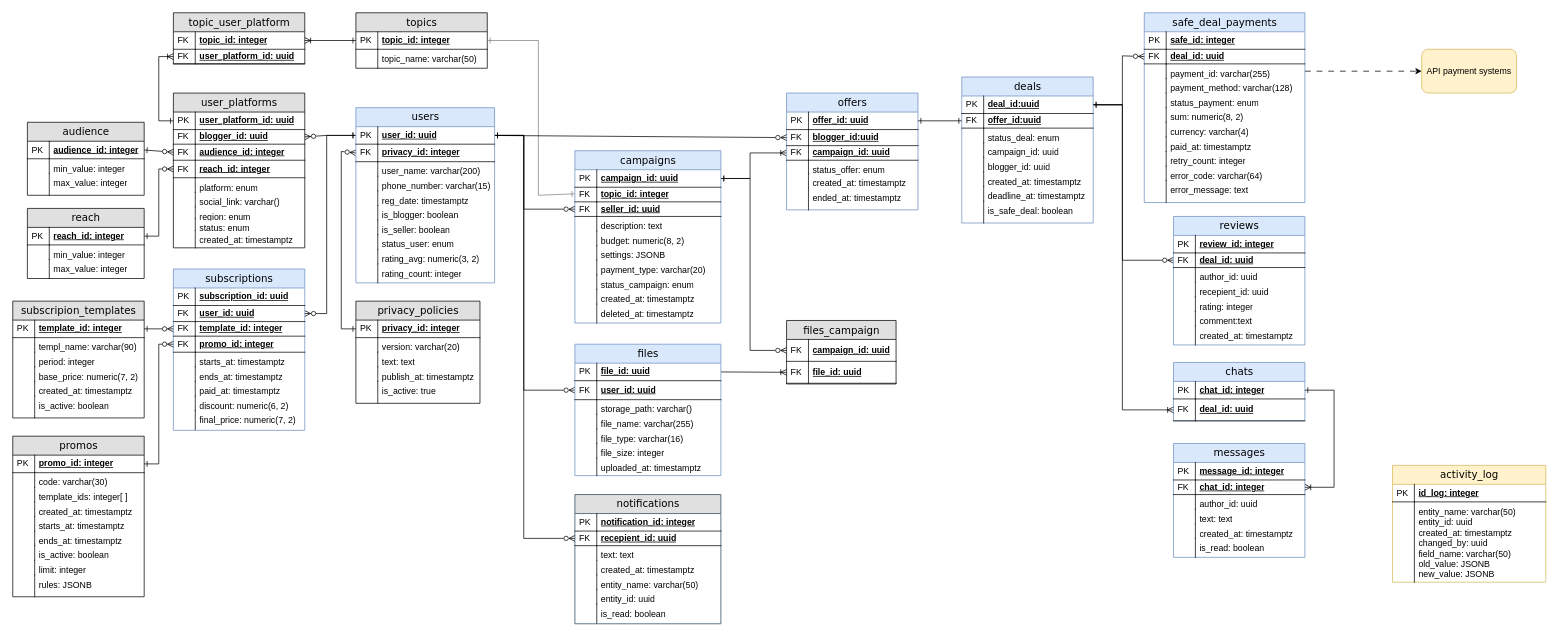
Before: diagrams/erd.drawio.xml in NadezdaHope19/practice, a draw.io diagram. Source tidied: cells renumbered, new cells numbered last; positions are measured from the earlier drawing's top-left corner, leaving out a move shared by most shapes. Both pictures are drawn from the tidied source at 73%, with x=0, y=0 at pixel (12, 12).
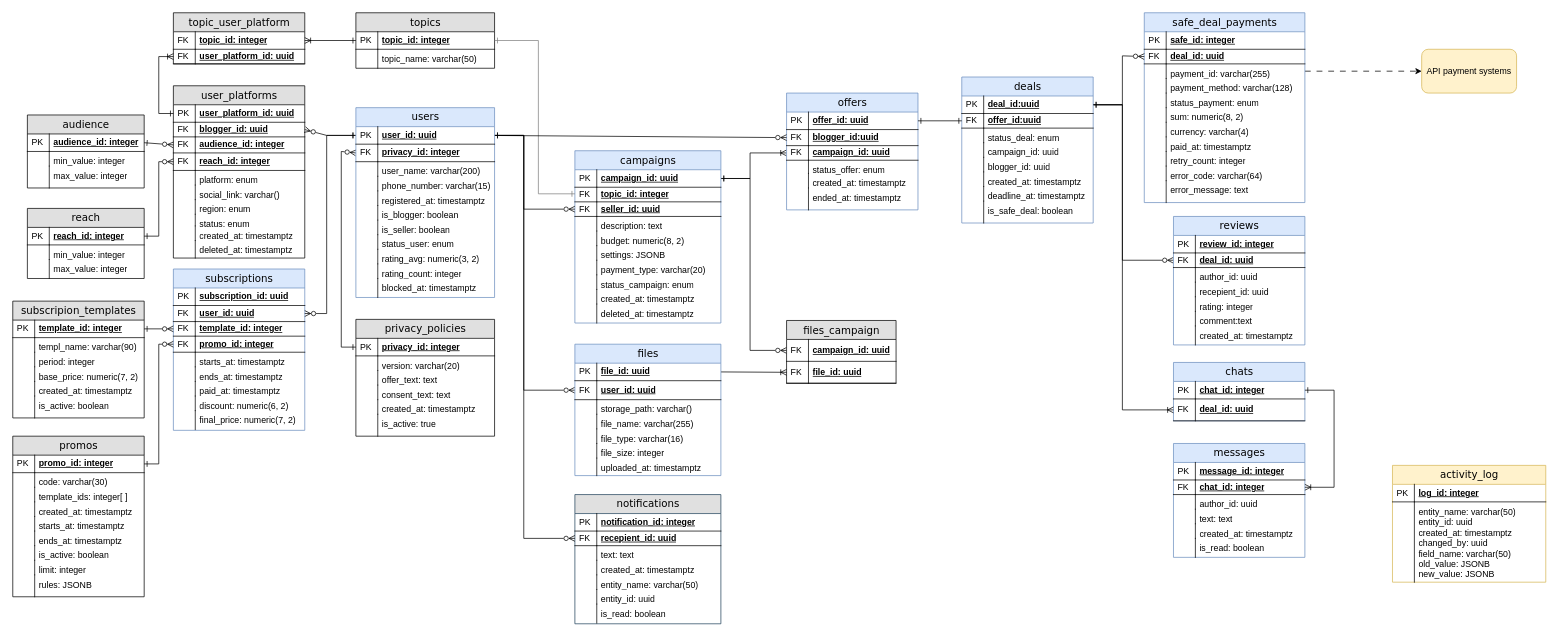
After the change.

Unchanged cells that the change refers to:
```xml
<mxCell id="4" value="campaigns" style="swimlane;html=1;fontStyle=0;horizontal=1;startSize=26;fillColor=#dae8fc;swimlaneFillColor=#ffffff;align=center;rounded=0;shadow=0;comic=0;labelBackgroundColor=none;strokeWidth=1;fontFamily=Verdana;fontSize=14;swimlaneLine=1;strokeColor=#6c8ebf;" parent="1" vertex="1">
  <mxGeometry x="770" y="189" width="200" height="236" as="geometry" />
</mxCell>
<mxCell id="89" value="&lt;div&gt;&lt;span style=&quot;background-color: transparent; color: light-dark(rgb(0, 0, 0), rgb(255, 255, 255));&quot;&gt;user_platform_id: uuid&lt;/span&gt;&lt;/div&gt;" style="shape=partialRectangle;top=0;left=0;right=0;bottom=1;html=1;align=left;verticalAlign=middle;fillColor=none;spacingLeft=34;spacingRight=4;whiteSpace=wrap;overflow=hidden;points=[[0,0.5],[1,0.5]];portConstraint=eastwest;fontStyle=5;" parent="88" vertex="1">
  <mxGeometry y="26" width="180" height="24" as="geometry" />
</mxCell>
<mxCell id="93" value="&lt;div&gt;&lt;span style=&quot;background-color: transparent; color: light-dark(rgb(0, 0, 0), rgb(255, 255, 255));&quot;&gt;audience_id: integer&lt;/span&gt;&lt;/div&gt;" style="shape=partialRectangle;top=0;left=0;right=0;bottom=1;html=1;align=left;verticalAlign=middle;fillColor=none;spacingLeft=34;spacingRight=4;whiteSpace=wrap;overflow=hidden;points=[[0,0.5],[1,0.5]];portConstraint=eastwest;fontStyle=5;" parent="88" vertex="1">
  <mxGeometry y="70" width="180" height="22" as="geometry" />
</mxCell>
<mxCell id="95" value="&lt;div&gt;&lt;span style=&quot;background-color: transparent; color: light-dark(rgb(0, 0, 0), rgb(255, 255, 255));&quot;&gt;reach_id: integer&lt;/span&gt;&lt;/div&gt;" style="shape=partialRectangle;top=0;left=0;right=0;bottom=1;html=1;align=left;verticalAlign=middle;fillColor=none;spacingLeft=34;spacingRight=4;whiteSpace=wrap;overflow=hidden;points=[[0,0.5],[1,0.5]];portConstraint=eastwest;fontStyle=5;" parent="88" vertex="1">
  <mxGeometry y="92" width="180" height="24" as="geometry" />
</mxCell>
<mxCell id="108" value="audience_id: integer" style="shape=partialRectangle;top=0;left=0;right=0;bottom=1;html=1;align=left;verticalAlign=middle;fillColor=none;spacingLeft=34;spacingRight=4;whiteSpace=wrap;overflow=hidden;points=[[0,0.5],[1,0.5]];portConstraint=eastwest;fontStyle=5;" parent="107" vertex="1">
  <mxGeometry y="26" width="160" height="24" as="geometry" />
</mxCell>
<mxCell id="115" value="reach_id: integer" style="shape=partialRectangle;top=0;left=0;right=0;bottom=1;html=1;align=left;verticalAlign=middle;fillColor=none;spacingLeft=34;spacingRight=4;whiteSpace=wrap;overflow=hidden;points=[[0,0.5],[1,0.5]];portConstraint=eastwest;fontStyle=5;" parent="114" vertex="1">
  <mxGeometry y="26" width="160" height="24" as="geometry" />
</mxCell>
<mxCell id="124" value="&lt;div&gt;&lt;span style=&quot;background-color: transparent; color: light-dark(rgb(0, 0, 0), rgb(255, 255, 255));&quot;&gt;user_platform_id: uuid&lt;/span&gt;&lt;/div&gt;" style="shape=partialRectangle;top=0;left=0;right=0;bottom=1;html=1;align=left;verticalAlign=middle;fillColor=none;spacingLeft=34;spacingRight=4;whiteSpace=wrap;overflow=hidden;points=[[0,0.5],[1,0.5]];portConstraint=eastwest;fontStyle=5;" parent="121" vertex="1">
  <mxGeometry y="50" width="180" height="20" as="geometry" />
</mxCell>
<mxCell id="137" value="activity_log" style="swimlane;html=1;fontStyle=0;horizontal=1;startSize=26;fillColor=#fff2cc;swimlaneFillColor=#ffffff;align=center;rounded=0;shadow=0;comic=0;labelBackgroundColor=none;strokeWidth=1;fontFamily=Verdana;fontSize=14;swimlaneLine=1;strokeColor=#d6b656;" parent="1" vertex="1">
  <mxGeometry x="1890" y="620" width="210" height="160" as="geometry" />
</mxCell>
<mxCell id="281" value="privacy_id: integer" style="shape=partialRectangle;top=0;left=0;right=0;bottom=1;html=1;align=left;verticalAlign=middle;fillColor=none;spacingLeft=34;spacingRight=4;whiteSpace=wrap;overflow=hidden;points=[[0,0.5],[1,0.5]];portConstraint=eastwest;fontStyle=5;" parent="278" vertex="1">
  <mxGeometry y="50" width="190" height="24" as="geometry" />
</mxCell>
```

The edit, as a diff of the source:
```diff
@@
     <mxCell id="83" value="topics" style="swimlane;html=1;fontStyle=0;horizontal=1;startSize=26;fillColor=#e0e0e0;swimlaneFillColor=#ffffff;align=center;rounded=0;shadow=0;comic=0;labelBackgroundColor=none;strokeWidth=1;fontFamily=Verdana;fontSize=14;swimlaneLine=1;" parent="1" vertex="1">
-      <mxGeometry x="470" width="180" height="76" as="geometry" />
+      <mxGeometry x="470" width="190" height="76" as="geometry" />
     </mxCell>
     <mxCell id="84" value="topic_id: integer" style="shape=partialRectangle;top=0;left=0;right=0;bottom=1;html=1;align=left;verticalAlign=middle;fillColor=none;spacingLeft=34;spacingRight=4;whiteSpace=wrap;overflow=hidden;points=[[0,0.5],[1,0.5]];portConstraint=eastwest;fontStyle=5;" parent="83" vertex="1">
-      <mxGeometry y="26" width="180" height="24" as="geometry" />
+      <mxGeometry y="26" width="190" height="24" as="geometry" />
     </mxCell>
@@
     <mxCell id="86" value="topic_name: varchar(50)" style="shape=partialRectangle;top=0;left=0;right=0;bottom=0;html=1;align=left;verticalAlign=top;fillColor=none;spacingLeft=34;spacingRight=4;whiteSpace=wrap;overflow=hidden;" parent="83" vertex="1">
-      <mxGeometry y="50" width="180" height="26" as="geometry" />
+      <mxGeometry y="50" width="190" height="26" as="geometry" />
     </mxCell>
@@
     <mxCell id="88" value="user_platforms" style="swimlane;html=1;fontStyle=0;horizontal=1;startSize=26;fillColor=#e0e0e0;swimlaneFillColor=#ffffff;align=center;rounded=0;shadow=0;comic=0;labelBackgroundColor=none;strokeWidth=1;fontFamily=Verdana;fontSize=14;" parent="1" vertex="1">
-      <mxGeometry x="220" y="110" width="180" height="212" as="geometry" />
+      <mxGeometry x="220" y="100" width="180" height="236" as="geometry" />
     </mxCell>
@@
     <mxCell id="101" value="region: enum" style="shape=partialRectangle;top=0;left=0;right=0;bottom=0;html=1;align=left;verticalAlign=top;fillColor=none;spacingLeft=34;spacingRight=4;whiteSpace=wrap;overflow=hidden;" parent="88" vertex="1">
-      <mxGeometry y="156" width="180" height="16" as="geometry" />
+      <mxGeometry y="156" width="180" height="20" as="geometry" />
     </mxCell>
     <mxCell id="102" style="shape=partialRectangle;top=0;left=0;bottom=0;html=1;fillColor=none;align=left;verticalAlign=top;spacingLeft=4;spacingRight=4;whiteSpace=wrap;overflow=hidden;" parent="101" vertex="1">
-      <mxGeometry width="30" height="16" as="geometry" />
+      <mxGeometry width="30" height="20" as="geometry" />
     </mxCell>
     <mxCell id="103" value="status: enum" style="shape=partialRectangle;top=0;left=0;right=0;bottom=0;html=1;align=left;verticalAlign=top;fillColor=none;spacingLeft=34;spacingRight=4;whiteSpace=wrap;overflow=hidden;" parent="88" vertex="1">
-      <mxGeometry y="172" width="180" height="16" as="geometry" />
+      <mxGeometry y="176" width="180" height="16" as="geometry" />
     </mxCell>
@@
+    <mxCell id="299" value="created_at: timestamptz" style="shape=partialRectangle;top=0;left=0;right=0;bottom=0;html=1;align=left;verticalAlign=top;fillColor=none;spacingLeft=34;spacingRight=4;whiteSpace=wrap;overflow=hidden;" parent="88" vertex="1">
+      <mxGeometry y="192" width="180" height="20" as="geometry" />
+    </mxCell>
+    <mxCell id="300" style="shape=partialRectangle;top=0;left=0;bottom=0;html=1;fillColor=none;align=left;verticalAlign=top;spacingLeft=4;spacingRight=4;whiteSpace=wrap;overflow=hidden;" parent="299" vertex="1">
+      <mxGeometry width="30" height="20" as="geometry" />
+    </mxCell>
-    <mxCell id="105" value="created_at: timestamptz" style="shape=partialRectangle;top=0;left=0;right=0;bottom=0;html=1;align=left;verticalAlign=top;fillColor=none;spacingLeft=34;spacingRight=4;whiteSpace=wrap;overflow=hidden;" parent="88" vertex="1">
-      <mxGeometry y="188" width="180" height="24" as="geometry" />
+    <mxCell id="105" value="deleted_at: timestamptz" style="shape=partialRectangle;top=0;left=0;right=0;bottom=0;html=1;align=left;verticalAlign=top;fillColor=none;spacingLeft=34;spacingRight=4;whiteSpace=wrap;overflow=hidden;" parent="88" vertex="1">
+      <mxGeometry y="212" width="180" height="24" as="geometry" />
     </mxCell>
@@
     <mxCell id="107" value="audience" style="swimlane;html=1;fontStyle=0;horizontal=1;startSize=26;fillColor=#e0e0e0;swimlaneFillColor=#ffffff;align=center;rounded=0;shadow=0;comic=0;labelBackgroundColor=none;strokeWidth=1;fontFamily=Verdana;fontSize=14;swimlaneLine=1;" parent="1" vertex="1">
-      <mxGeometry x="20" y="150" width="160" height="100" as="geometry" />
+      <mxGeometry x="20" y="140" width="160" height="100" as="geometry" />
     </mxCell>
@@
     <mxCell id="126" value="privacy_policies" style="swimlane;html=1;fontStyle=0;horizontal=1;startSize=26;fillColor=#e0e0e0;swimlaneFillColor=#ffffff;align=center;rounded=0;shadow=0;comic=0;labelBackgroundColor=none;strokeWidth=1;fontFamily=Verdana;fontSize=14;swimlaneLine=1;" parent="1" vertex="1">
-      <mxGeometry x="470" y="395" width="170" height="140" as="geometry" />
+      <mxGeometry x="470" y="420" width="190" height="160" as="geometry" />
     </mxCell>
     <mxCell id="127" value="privacy_id: integer" style="shape=partialRectangle;top=0;left=0;right=0;bottom=1;html=1;align=left;verticalAlign=middle;fillColor=none;spacingLeft=34;spacingRight=4;whiteSpace=wrap;overflow=hidden;points=[[0,0.5],[1,0.5]];portConstraint=eastwest;fontStyle=5;" parent="126" vertex="1">
-      <mxGeometry y="26" width="170" height="24" as="geometry" />
+      <mxGeometry y="26" width="190" height="24" as="geometry" />
     </mxCell>
@@
     <mxCell id="129" value="&lt;div&gt;&lt;font&gt;&lt;font style=&quot;&quot;&gt;v&lt;/font&gt;ersion: varchar(20)&lt;/font&gt;&lt;/div&gt;" style="shape=partialRectangle;top=0;left=0;right=0;bottom=0;html=1;align=left;verticalAlign=top;fillColor=none;spacingLeft=34;spacingRight=4;whiteSpace=wrap;overflow=hidden;" parent="126" vertex="1">
-      <mxGeometry y="50" width="170" height="20" as="geometry" />
+      <mxGeometry y="50" width="190" height="20" as="geometry" />
     </mxCell>
@@
-    <mxCell id="131" value="&lt;div&gt;&lt;span style=&quot;background-color: transparent; color: light-dark(rgb(0, 0, 0), rgb(255, 255, 255));&quot;&gt;text: text&lt;/span&gt;&lt;/div&gt;" style="shape=partialRectangle;top=0;left=0;right=0;bottom=0;html=1;align=left;verticalAlign=top;fillColor=none;spacingLeft=34;spacingRight=4;whiteSpace=wrap;overflow=hidden;" parent="126" vertex="1">
-      <mxGeometry y="70" width="170" height="20" as="geometry" />
+    <mxCell id="131" value="&lt;div&gt;&lt;span style=&quot;background-color: transparent; color: light-dark(rgb(0, 0, 0), rgb(255, 255, 255));&quot;&gt;offer_text: text&lt;/span&gt;&lt;/div&gt;" style="shape=partialRectangle;top=0;left=0;right=0;bottom=0;html=1;align=left;verticalAlign=top;fillColor=none;spacingLeft=34;spacingRight=4;whiteSpace=wrap;overflow=hidden;" parent="126" vertex="1">
+      <mxGeometry y="70" width="190" height="20" as="geometry" />
     </mxCell>
@@
+    <mxCell id="301" value="&lt;div&gt;&lt;font&gt;consent_text: text&lt;/font&gt;&lt;/div&gt;" style="shape=partialRectangle;top=0;left=0;right=0;bottom=0;html=1;align=left;verticalAlign=top;fillColor=none;spacingLeft=34;spacingRight=4;whiteSpace=wrap;overflow=hidden;" parent="126" vertex="1">
+      <mxGeometry y="90" width="190" height="20" as="geometry" />
+    </mxCell>
+    <mxCell id="302" style="shape=partialRectangle;top=0;left=0;bottom=0;html=1;fillColor=none;align=left;verticalAlign=top;spacingLeft=4;spacingRight=4;whiteSpace=wrap;overflow=hidden;" parent="301" vertex="1">
+      <mxGeometry width="30" height="20" as="geometry" />
+    </mxCell>
-    <mxCell id="133" value="&lt;div&gt;&lt;span style=&quot;background-color: transparent; color: light-dark(rgb(0, 0, 0), rgb(255, 255, 255));&quot;&gt;publish_at:&amp;nbsp;&lt;/span&gt;&lt;span style=&quot;background-color: transparent; color: light-dark(rgb(0, 0, 0), rgb(255, 255, 255));&quot;&gt;timestamptz&lt;/span&gt;&lt;/div&gt;" style="shape=partialRectangle;top=0;left=0;right=0;bottom=0;html=1;align=left;verticalAlign=top;fillColor=none;spacingLeft=34;spacingRight=4;whiteSpace=wrap;overflow=hidden;" parent="126" vertex="1">
-      <mxGeometry y="90" width="170" height="20" as="geometry" />
+    <mxCell id="133" value="&lt;div&gt;&lt;span style=&quot;background-color: transparent; color: light-dark(rgb(0, 0, 0), rgb(255, 255, 255));&quot;&gt;created_at:&amp;nbsp;&lt;/span&gt;&lt;span style=&quot;background-color: transparent; color: light-dark(rgb(0, 0, 0), rgb(255, 255, 255));&quot;&gt;timestamptz&lt;/span&gt;&lt;/div&gt;" style="shape=partialRectangle;top=0;left=0;right=0;bottom=0;html=1;align=left;verticalAlign=top;fillColor=none;spacingLeft=34;spacingRight=4;whiteSpace=wrap;overflow=hidden;" parent="126" vertex="1">
+      <mxGeometry y="110" width="190" height="20" as="geometry" />
     </mxCell>
@@
     <mxCell id="135" value="&lt;div&gt;&lt;span style=&quot;background-color: transparent; color: light-dark(rgb(0, 0, 0), rgb(255, 255, 255));&quot;&gt;is_active: true&lt;/span&gt;&lt;/div&gt;" style="shape=partialRectangle;top=0;left=0;right=0;bottom=0;html=1;align=left;verticalAlign=top;fillColor=none;spacingLeft=34;spacingRight=4;whiteSpace=wrap;overflow=hidden;" parent="126" vertex="1">
-      <mxGeometry y="110" width="170" height="30" as="geometry" />
+      <mxGeometry y="130" width="190" height="30" as="geometry" />
     </mxCell>
@@
-    <mxCell id="138" value="id_log: integer" style="shape=partialRectangle;top=0;left=0;right=0;bottom=1;html=1;align=left;verticalAlign=middle;fillColor=none;spacingLeft=34;spacingRight=4;whiteSpace=wrap;overflow=hidden;fontStyle=5;" parent="137" vertex="1">
+    <mxCell id="138" value="log_id: integer" style="shape=partialRectangle;top=0;left=0;right=0;bottom=1;html=1;align=left;verticalAlign=middle;fillColor=none;spacingLeft=34;spacingRight=4;whiteSpace=wrap;overflow=hidden;fontStyle=5;" parent="137" vertex="1">
       <mxGeometry y="26" width="210" height="24" as="geometry" />
     </mxCell>
@@
     <mxCell id="142" value="files_campaign" style="swimlane;html=1;fontStyle=0;horizontal=1;startSize=26;fillColor=#e0e0e0;swimlaneFillColor=#ffffff;align=center;rounded=0;shadow=0;comic=0;labelBackgroundColor=none;strokeWidth=1;fontFamily=Verdana;fontSize=14;swimlaneLine=1;" parent="1" vertex="1">
-      <mxGeometry x="1060" y="421.5" width="150" height="87" as="geometry" />
+      <mxGeometry x="1060" y="421.5" width="150" height="86" as="geometry" />
     </mxCell>
@@
     <mxCell id="150" style="edgeStyle=none;rounded=0;jettySize=auto;html=1;endArrow=ERoneToMany;endFill=0;startArrow=ERone;startFill=0;entryX=0;entryY=0.5;entryDx=0;entryDy=0;exitX=0;exitY=0.5;exitDx=0;exitDy=0;" parent="1" edge="1" source="89" target="124">
       <mxGeometry relative="1" as="geometry">
         <Array as="points">
-          <mxPoint x="200" y="148" />
+          <mxPoint x="200" y="138" />
           <mxPoint x="200" y="60" />
         </Array>
       </mxGeometry>
     </mxCell>
     <mxCell id="151" style="edgeStyle=none;rounded=0;jettySize=auto;html=1;exitX=0;exitY=0.25;exitDx=0;exitDy=0;entryX=1;entryY=0.5;entryDx=0;entryDy=0;endArrow=ERone;endFill=0;startArrow=ERone;startFill=0;strokeColor=#808080;" parent="1" edge="1" source="4" target="84">
       <mxGeometry relative="1" as="geometry">
         <Array as="points">
-          <mxPoint x="720" y="250" />
+          <mxPoint x="720" y="248" />
           <mxPoint x="720" y="38" />
         </Array>
       </mxGeometry>
     </mxCell>
@@
     <mxCell id="167" style="edgeStyle=none;rounded=0;jettySize=auto;html=1;exitX=0;exitY=0.5;exitDx=0;exitDy=0;entryX=0;entryY=0.5;entryDx=0;entryDy=0;endArrow=ERzeroToMany;endFill=0;startArrow=ERone;startFill=0;" parent="1" edge="1" source="127" target="281">
       <mxGeometry relative="1" as="geometry">
         <Array as="points">
-          <mxPoint x="450" y="433" />
+          <mxPoint x="450" y="458" />
           <mxPoint x="450" y="190" />
         </Array>
       </mxGeometry>
     </mxCell>
@@
-    <mxCell id="220" style="edgeStyle=none;rounded=0;jettySize=auto;html=1;exitX=1;exitY=0.5;exitDx=0;exitDy=0;endArrow=ERzeroToMany;endFill=0;startArrow=ERone;startFill=0;entryX=0;entryY=0.5;entryDx=0;entryDy=0;" parent="1" edge="1" target="93">
-      <mxGeometry relative="1" as="geometry">
-        <mxPoint x="180" y="188" as="sourcePoint" />
-      </mxGeometry>
+    <mxCell id="220" style="edgeStyle=none;rounded=0;jettySize=auto;html=1;endArrow=ERzeroToMany;endFill=0;startArrow=ERone;startFill=0;entryX=0;entryY=0.5;entryDx=0;entryDy=0;exitX=1;exitY=0.5;exitDx=0;exitDy=0;" parent="1" edge="1" source="108" target="93">
+      <mxGeometry relative="1" as="geometry" />
     </mxCell>
     <mxCell id="221" style="edgeStyle=none;rounded=0;jettySize=auto;html=1;exitX=1;exitY=0.5;exitDx=0;exitDy=0;endArrow=ERzeroToMany;endFill=0;startArrow=ERone;startFill=0;entryX=0;entryY=0.5;entryDx=0;entryDy=0;" parent="1" edge="1" source="115" target="95">
       <mxGeometry relative="1" as="geometry">
         <Array as="points">
           <mxPoint x="200" y="306" />
-          <mxPoint x="200" y="214" />
+          <mxPoint x="200" y="204" />
         </Array>
       </mxGeometry>
     </mxCell>
@@
     <mxCell id="278" value="users" style="swimlane;html=1;fontStyle=0;horizontal=1;startSize=26;fillColor=#dae8fc;swimlaneFillColor=#ffffff;align=center;rounded=0;shadow=0;comic=0;labelBackgroundColor=none;strokeWidth=1;fontFamily=Verdana;fontSize=14;swimlaneLine=1;strokeColor=#6c8ebf;" parent="1" vertex="1">
-      <mxGeometry x="470" y="130" width="190" height="240" as="geometry" />
+      <mxGeometry x="470" y="130" width="190" height="260" as="geometry" />
     </mxCell>
@@
-    <mxCell id="287" value="&lt;div&gt;&lt;span style=&quot;background-color: transparent; color: light-dark(rgb(0, 0, 0), rgb(255, 255, 255));&quot;&gt;reg_date: timestamptz&lt;/span&gt;&lt;/div&gt;" style="shape=partialRectangle;top=0;left=0;right=0;bottom=0;html=1;align=left;verticalAlign=top;fillColor=none;spacingLeft=34;spacingRight=4;whiteSpace=wrap;overflow=hidden;" parent="278" vertex="1">
+    <mxCell id="287" value="&lt;div&gt;&lt;span style=&quot;background-color: transparent; color: light-dark(rgb(0, 0, 0), rgb(255, 255, 255));&quot;&gt;registered_at: timestamptz&lt;/span&gt;&lt;/div&gt;" style="shape=partialRectangle;top=0;left=0;right=0;bottom=0;html=1;align=left;verticalAlign=top;fillColor=none;spacingLeft=34;spacingRight=4;whiteSpace=wrap;overflow=hidden;" parent="278" vertex="1">
       <mxGeometry y="114" width="190" height="20" as="geometry" />
     </mxCell>
@@
     <mxCell id="297" value="&lt;div&gt;&lt;span style=&quot;background-color: transparent; color: light-dark(rgb(0, 0, 0), rgb(255, 255, 255));&quot;&gt;rating_count: integer&lt;/span&gt;&lt;/div&gt;" style="shape=partialRectangle;top=0;left=0;right=0;bottom=0;html=1;align=left;verticalAlign=top;fillColor=none;spacingLeft=34;spacingRight=4;whiteSpace=wrap;overflow=hidden;" parent="278" vertex="1">
-      <mxGeometry y="214" width="190" height="26" as="geometry" />
+      <mxGeometry y="214" width="190" height="20" as="geometry" />
     </mxCell>
     <mxCell id="298" style="shape=partialRectangle;top=0;left=0;bottom=0;html=1;fillColor=none;align=left;verticalAlign=top;spacingLeft=4;spacingRight=4;whiteSpace=wrap;overflow=hidden;" parent="297" vertex="1">
-      <mxGeometry width="30" height="26" as="geometry" />
+      <mxGeometry width="30" height="20" as="geometry" />
     </mxCell>
+    <mxCell id="303" value="&lt;div&gt;&lt;span style=&quot;background-color: transparent; color: light-dark(rgb(0, 0, 0), rgb(255, 255, 255));&quot;&gt;blocked_at: timestamptz&lt;/span&gt;&lt;/div&gt;" style="shape=partialRectangle;top=0;left=0;right=0;bottom=0;html=1;align=left;verticalAlign=top;fillColor=none;spacingLeft=34;spacingRight=4;whiteSpace=wrap;overflow=hidden;" parent="278" vertex="1">
+      <mxGeometry y="234" width="190" height="26" as="geometry" />
+    </mxCell>
+    <mxCell id="304" style="shape=partialRectangle;top=0;left=0;bottom=0;html=1;fillColor=none;align=left;verticalAlign=top;spacingLeft=4;spacingRight=4;whiteSpace=wrap;overflow=hidden;" parent="303" vertex="1">
+      <mxGeometry width="30" height="26" as="geometry" />
+    </mxCell>
```
